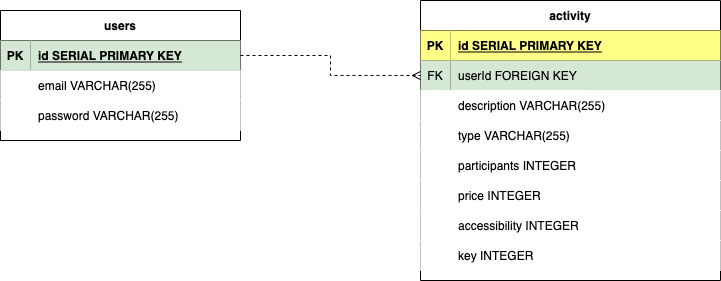
Before: ERD.drawio.png, a diagram exported from draw.io (mvanzo/P2-Dir). Source tidied: cells renumbered, new cells last; positions are measured from the earlier drawing's top-left corner, leaving out a move shared by most shapes.
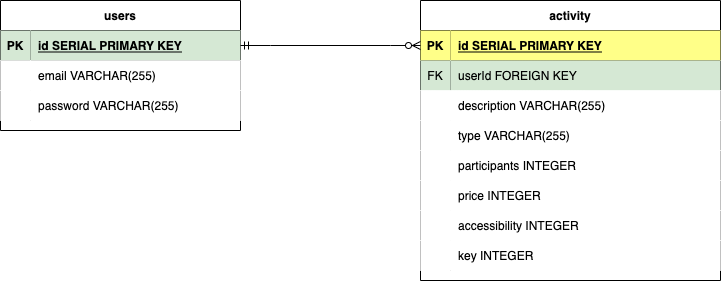
After the commit.

The edit, as a diff of the source:
```diff
@@ -33,7 +33,7 @@
       <mxGeometry x="30" width="210" height="30" as="geometry" />
     </mxCell>
     <mxCell id="12" value="activity" style="shape=table;startSize=30;rowLines=0;fontStyle=1;align=center;" parent="1" vertex="1">
-      <mxGeometry x="420" width="300" height="280" as="geometry" />
+      <mxGeometry x="420" y="10" width="300" height="280" as="geometry" />
     </mxCell>
     <mxCell id="13" style="shape=tableRow;horizontal=0;startSize=0;swimlaneHead=0;swimlaneBody=0;fillColor=none;points=[[0,0.5],[1,0.5]];portConstraint=eastwest;top=0;left=0;right=0;bottom=1;" parent="12" vertex="1">
       <mxGeometry y="30" width="300" height="30" as="geometry" />
@@ -107,8 +107,8 @@
     <mxCell id="36" value="key INTEGER" style="shape=partialRectangle;top=0;left=0;bottom=0;right=0;align=left;spacingLeft=6;overflow=hidden;" parent="34" vertex="1">
       <mxGeometry x="30" width="270" height="30" as="geometry" />
     </mxCell>
-    <mxCell id="37" style="edgeStyle=orthogonalEdgeStyle;rounded=0;jettySize=auto;html=1;entryX=0;entryY=0.5;entryDx=0;entryDy=0;endArrow=ERmany;endFill=0;dashed=1;" parent="1" edge="1" source="3" target="16">
-      <mxGeometry relative="1" as="geometry" />
-    </mxCell>
+    <mxCell id="38" style="edgeStyle=entityRelationEdgeStyle;fontSize=12;html=1;endArrow=ERzeroToMany;startArrow=ERmandOne;rounded=0;entryX=0;entryY=0.5;entryDx=0;entryDy=0;exitX=1;exitY=0.5;exitDx=0;exitDy=0;" parent="1" edge="1" source="3" target="13">
+      <mxGeometry relative="1" as="geometry" />
+    </mxCell>
   </root>
 </mxGraphModel>
```
